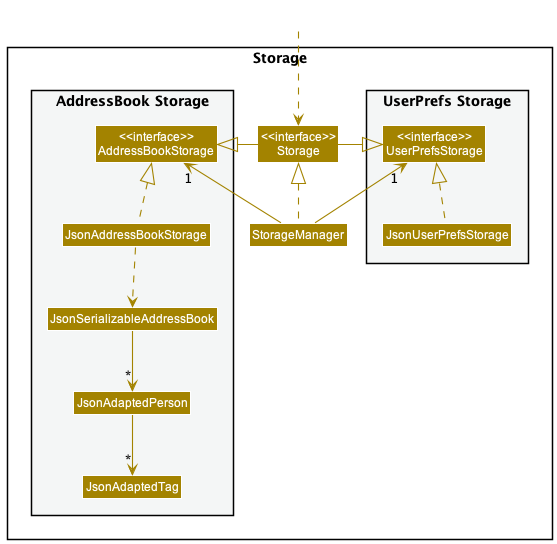
Before: docs/images/StorageClassDiagram.png, a diagram exported from PlantUML (nus-cs2103-AY2223S1/tp).
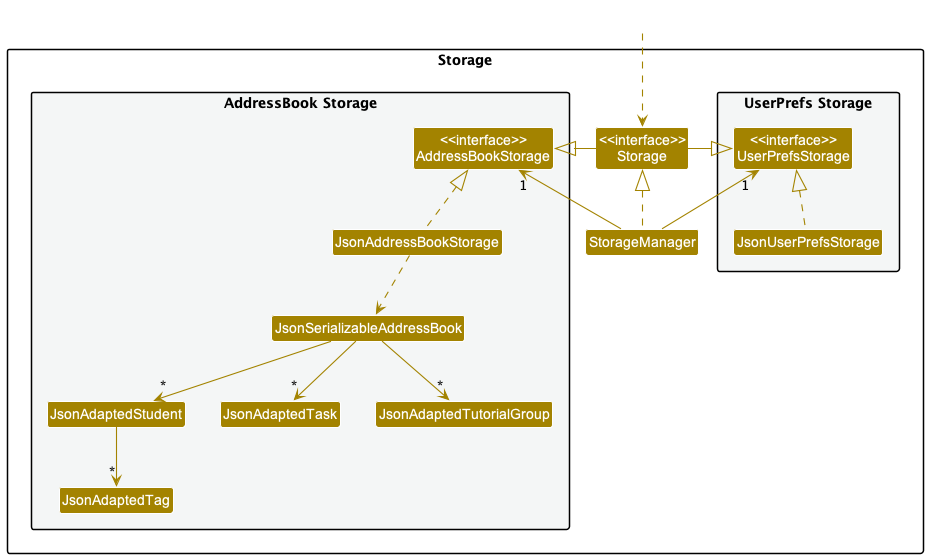
After the change.

Commit message:
Update class diagrams in `DeveloperGuide.md` (#131)

What changed in the source:
```diff
@@ -18,8 +18,10 @@
 Class "<<interface>>\nAddressBookStorage" as AddressBookStorage
 Class JsonAddressBookStorage
 Class JsonSerializableAddressBook
-Class JsonAdaptedPerson
+Class JsonAdaptedStudent
 Class JsonAdaptedTag
+Class JsonAdaptedTask
+Class JsonAdaptedTutorialGroup
 }
 
 }
@@ -37,7 +39,9 @@
 JsonUserPrefsStorage .up.|> UserPrefsStorage
 JsonAddressBookStorage .up.|> AddressBookStorage
 JsonAddressBookStorage ..> JsonSerializableAddressBook
-JsonSerializableAddressBook --> "*" JsonAdaptedPerson
-JsonAdaptedPerson --> "*" JsonAdaptedTag
+JsonSerializableAddressBook --> "*" JsonAdaptedStudent
+JsonSerializableAddressBook --> "*" JsonAdaptedTask
+JsonSerializableAddressBook --> "*" JsonAdaptedTutorialGroup
+JsonAdaptedStudent --> "*" JsonAdaptedTag
 
 @enduml
```
